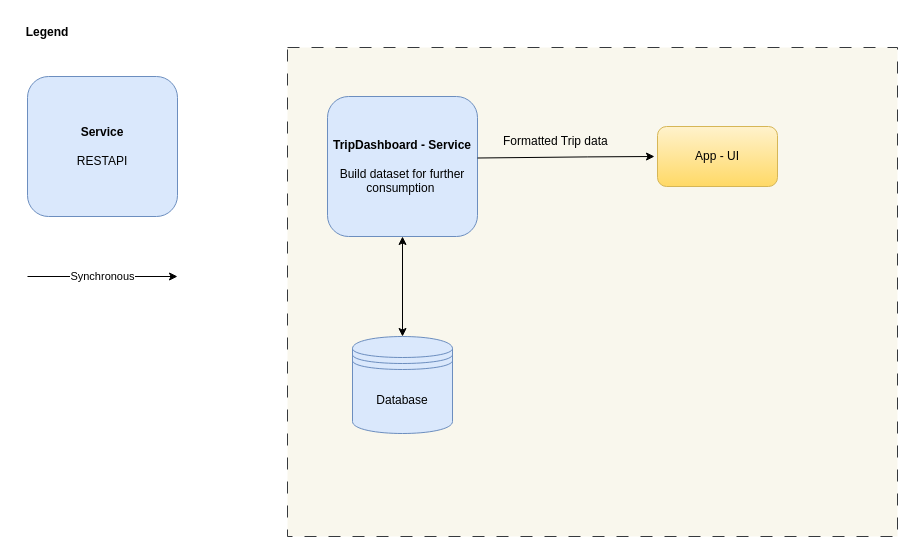
Orry/CloudeneersArchKata2023 keeps this draw.io diagram as diagrams/raw/4.trip-dashboard.drawio. Above is the earlier version. Source tidied: cells renumbered, new cells numbered last; positions are measured from the earlier drawing's top-left corner, leaving out a move shared by most shapes. Both pictures are drawn from the tidied source at 100%, with x=0, y=0 at pixel (17, 17).
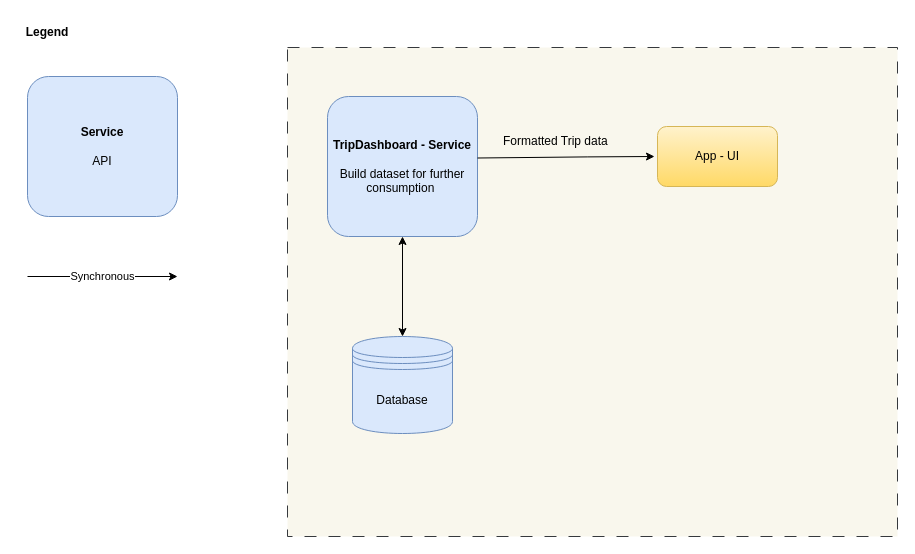
The same page after the edit.

Change to the diagram source:
```diff
@@
 <mxGraphModel>
   <root>
     <mxCell id="0" />
     <mxCell id="1" parent="0" />
     <mxCell id="2" style="rounded=0;whiteSpace=wrap;html=1;dashed=1;dashPattern=12 12;fillColor=#f9f7ed;strokeColor=#36393d;" parent="1" vertex="1">
       <mxGeometry x="270" y="30" width="610" height="489" as="geometry" />
     </mxCell>
     <mxCell id="3" value="&lt;b&gt;TripDashboard - Service&lt;/b&gt;&lt;br&gt;&lt;br&gt;Build dataset for further consumption&amp;nbsp;" style="rounded=1;whiteSpace=wrap;html=1;fillColor=#dae8fc;strokeColor=#6c8ebf;fontStyle=0;" parent="1" vertex="1">
       <mxGeometry x="310" y="79" width="150" height="140" as="geometry" />
     </mxCell>
     <mxCell id="4" value="Database" style="shape=datastore;whiteSpace=wrap;html=1;fillColor=#dae8fc;strokeColor=#6c8ebf;" parent="1" vertex="1">
       <mxGeometry x="335" y="319" width="100" height="97" as="geometry" />
     </mxCell>
-    <mxCell id="5" value="&lt;b&gt;Service&lt;/b&gt;&lt;br&gt;&lt;br&gt;RESTAPI" style="rounded=1;whiteSpace=wrap;html=1;fillColor=#dae8fc;strokeColor=#6c8ebf;fontStyle=0;" parent="1" vertex="1">
+    <mxCell id="5" value="&lt;b&gt;Service&lt;/b&gt;&lt;br&gt;&lt;br&gt;API" style="rounded=1;whiteSpace=wrap;html=1;fillColor=#dae8fc;strokeColor=#6c8ebf;fontStyle=0;" parent="1" vertex="1">
       <mxGeometry x="10" y="59" width="150" height="140" as="geometry" />
     </mxCell>
     <mxCell id="6" value="Synchronous" style="endArrow=classic;html=1;rounded=0;" parent="1" edge="1">
       <mxGeometry relative="1" as="geometry">
         <mxPoint x="10" y="259" as="sourcePoint" />
         <mxPoint x="160" y="259" as="targetPoint" />
       </mxGeometry>
     </mxCell>
     <mxCell id="7" value="Legend" style="text;html=1;strokeColor=none;fillColor=none;align=center;verticalAlign=middle;whiteSpace=wrap;rounded=0;fontStyle=1;" parent="1" vertex="1">
       <mxGeometry width="60" height="30" as="geometry" />
     </mxCell>
     <mxCell id="8" style="endArrow=classic;startArrow=classic;html=1;rounded=0;exitX=0.5;exitY=0;exitDx=0;exitDy=0;entryX=0.5;entryY=1;entryDx=0;entryDy=0;" parent="1" edge="1" source="4" target="3">
       <mxGeometry relative="1" as="geometry" />
     </mxCell>
     <mxCell id="9" value="App - UI" style="rounded=1;whiteSpace=wrap;html=1;fillColor=#fff2cc;strokeColor=#d6b656;gradientColor=#ffd966;" parent="1" vertex="1">
       <mxGeometry x="640" y="109" width="120" height="60" as="geometry" />
     </mxCell>
     <mxCell id="10" style="endArrow=classic;html=1;rounded=0;entryX=-0.027;entryY=0.643;entryDx=0;entryDy=0;exitX=0.311;exitY=0.223;exitDx=0;exitDy=0;exitPerimeter=0;entryPerimeter=0;" parent="1" edge="1">
       <mxGeometry relative="1" as="geometry">
         <mxPoint x="460" y="140.5" as="sourcePoint" />
         <mxPoint x="637" y="139" as="targetPoint" />
         <Array as="points">
           <mxPoint x="570.3" y="139.4" />
         </Array>
       </mxGeometry>
     </mxCell>
     <mxCell id="11" value="Formatted Trip data&amp;nbsp;" style="text;html=1;strokeColor=none;fillColor=none;align=center;verticalAlign=middle;whiteSpace=wrap;rounded=0;" parent="1" vertex="1">
       <mxGeometry x="480" y="109" width="120" height="30" as="geometry" />
     </mxCell>
   </root>
 </mxGraphModel>
```
